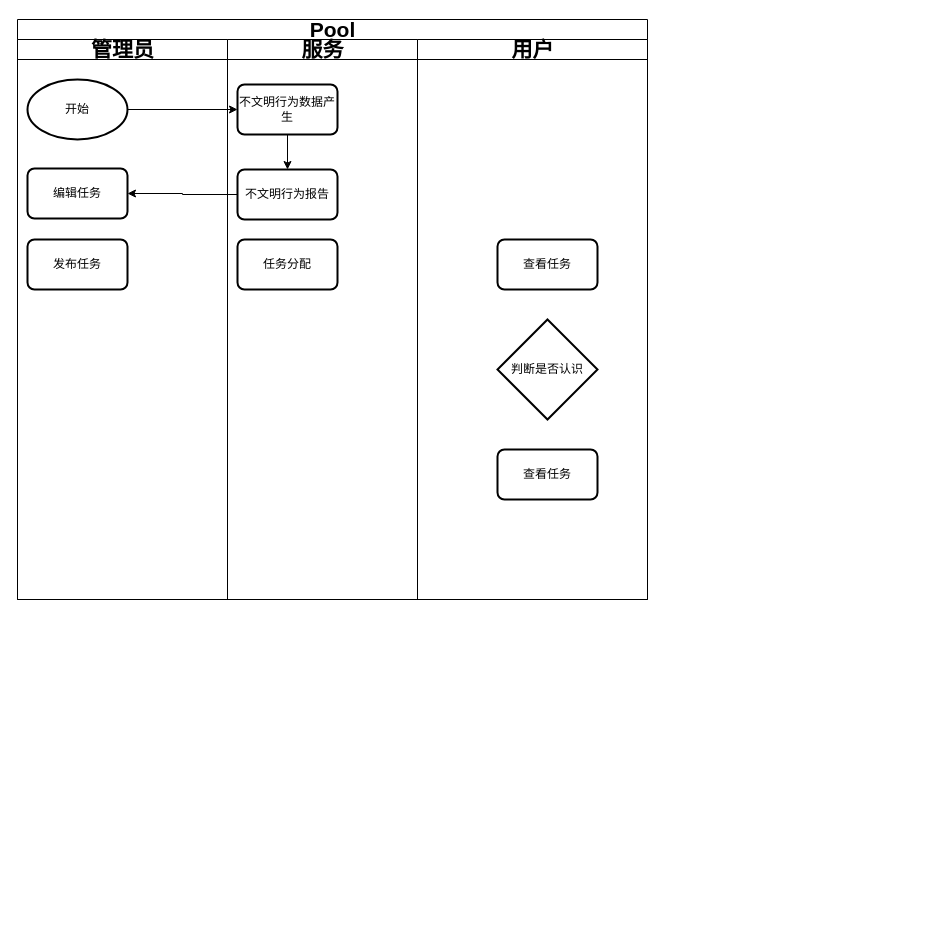
SSSSiren/Photos keeps this draw.io diagram as 功能.drawio. Above is the earlier version. Source tidied: cells renumbered, new cells numbered last; positions are measured from the earlier drawing's top-left corner, leaving out a move shared by most shapes. Both pictures are drawn from the tidied source at 100%, with x=0, y=0 at pixel (-8, 19).
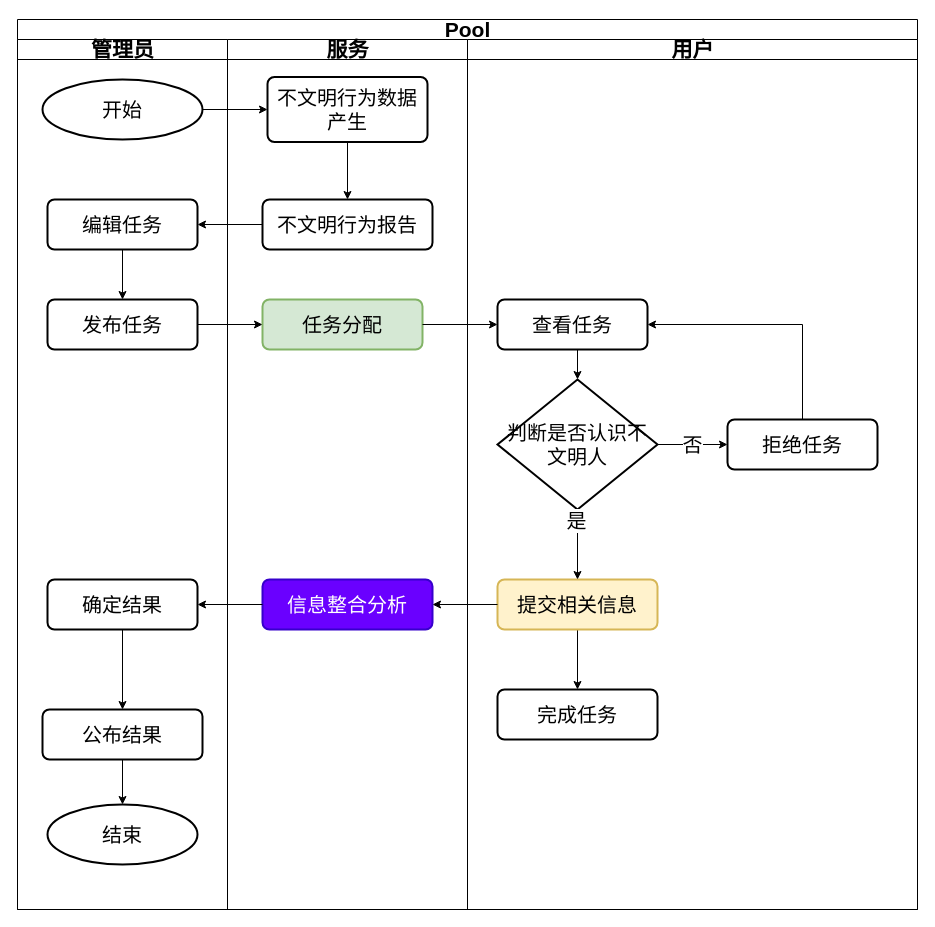
Above is the later version.

The edit, as a diff of the source:
```diff
@@
     <mxCell id="2" style="edgeStyle=orthogonalEdgeStyle;rounded=0;orthogonalLoop=1;jettySize=auto;html=1;endArrow=classic;endFill=1;" parent="1" edge="1">
       <mxGeometry relative="1" as="geometry">
-        <mxPoint x="570" y="510" as="targetPoint" />
+        <mxPoint x="580" y="510" as="targetPoint" />
         <Array as="points">
-          <mxPoint y="465" />
-          <mxPoint y="685" />
+          <mxPoint x="10" y="465" />
+          <mxPoint x="10" y="685" />
         </Array>
       </mxGeometry>
     </mxCell>
     <mxCell id="3" value="Pool" style="swimlane;startSize=20;html=1;fontSize=21;" parent="1" vertex="1">
-      <mxGeometry x="25" width="630" height="580" as="geometry" />
+      <mxGeometry x="25" width="900" height="890" as="geometry" />
     </mxCell>
     <mxCell id="4" value="管理员" style="swimlane;startSize=20;html=1;fontSize=21;" parent="3" vertex="1">
-      <mxGeometry y="20" width="210" height="560" as="geometry" />
+      <mxGeometry y="20" width="210" height="870" as="geometry" />
     </mxCell>
-    <mxCell id="5" value="开始" style="strokeWidth=2;html=1;shape=mxgraph.flowchart.start_1;whiteSpace=wrap;" parent="4" vertex="1">
-      <mxGeometry x="10" y="40" width="100" height="60" as="geometry" />
+    <mxCell id="5" value="开始" style="strokeWidth=2;html=1;shape=mxgraph.flowchart.start_1;whiteSpace=wrap;fontSize=20;" parent="4" vertex="1">
+      <mxGeometry x="25" y="40" width="160" height="60" as="geometry" />
     </mxCell>
+    <mxCell id="19" style="edgeStyle=orthogonalEdgeStyle;rounded=0;jettySize=auto;html=1;exitX=0.5;exitY=1;exitDx=0;exitDy=0;entryX=0.5;entryY=0;entryDx=0;entryDy=0;" parent="4" edge="1" source="6" target="7">
+      <mxGeometry relative="1" as="geometry" />
+    </mxCell>
-    <mxCell id="6" value="编辑任务" style="rounded=1;whiteSpace=wrap;html=1;absoluteArcSize=1;arcSize=14;strokeWidth=2;" parent="4" vertex="1">
-      <mxGeometry x="10" y="129" width="100" height="50" as="geometry" />
+    <mxCell id="6" value="编辑任务" style="rounded=1;whiteSpace=wrap;html=1;absoluteArcSize=1;arcSize=14;strokeWidth=2;fontSize=20;" parent="4" vertex="1">
+      <mxGeometry x="30" y="160" width="150" height="50" as="geometry" />
     </mxCell>
-    <mxCell id="7" value="发布任务" style="rounded=1;whiteSpace=wrap;html=1;absoluteArcSize=1;arcSize=14;strokeWidth=2;" parent="4" vertex="1">
-      <mxGeometry x="10" y="200" width="100" height="50" as="geometry" />
+    <mxCell id="7" value="发布任务" style="rounded=1;whiteSpace=wrap;html=1;absoluteArcSize=1;arcSize=14;strokeWidth=2;fontSize=20;" parent="4" vertex="1">
+      <mxGeometry x="30" y="260" width="150" height="50" as="geometry" />
     </mxCell>
+    <mxCell id="20" style="edgeStyle=orthogonalEdgeStyle;rounded=0;jettySize=auto;html=1;" parent="4" edge="1" source="21" target="22">
+      <mxGeometry relative="1" as="geometry" />
+    </mxCell>
+    <mxCell id="21" value="确定结果" style="rounded=1;whiteSpace=wrap;html=1;absoluteArcSize=1;arcSize=14;strokeWidth=2;fontSize=20;" parent="4" vertex="1">
+      <mxGeometry x="30" y="540" width="150" height="50" as="geometry" />
+    </mxCell>
+    <mxCell id="22" value="公布结果" style="rounded=1;whiteSpace=wrap;html=1;absoluteArcSize=1;arcSize=14;strokeWidth=2;fontSize=20;" parent="4" vertex="1">
+      <mxGeometry x="25" y="670" width="160" height="50" as="geometry" />
+    </mxCell>
+    <mxCell id="23" value="结束" style="strokeWidth=2;html=1;shape=mxgraph.flowchart.start_1;whiteSpace=wrap;fontSize=20;" parent="4" vertex="1">
+      <mxGeometry x="30" y="765" width="150" height="60" as="geometry" />
+    </mxCell>
+    <mxCell id="24" style="edgeStyle=orthogonalEdgeStyle;rounded=0;jettySize=auto;html=1;exitX=0.5;exitY=1;exitDx=0;exitDy=0;entryX=0.5;entryY=0;entryDx=0;entryDy=0;entryPerimeter=0;" parent="4" edge="1" source="22" target="23">
+      <mxGeometry relative="1" as="geometry" />
+    </mxCell>
     <mxCell id="8" value="服务" style="swimlane;startSize=20;html=1;fontSize=21;" parent="3" vertex="1">
-      <mxGeometry x="210" y="20" width="190" height="560" as="geometry" />
+      <mxGeometry x="210" y="20" width="240" height="870" as="geometry" />
     </mxCell>
-    <mxCell id="9" style="edgeStyle=orthogonalEdgeStyle;rounded=0;jettySize=auto;html=1;exitX=0.5;exitY=1;exitDx=0;exitDy=0;entryX=0.5;entryY=0;entryDx=0;entryDy=0;" parent="8" edge="1" source="10" target="11">
+    <mxCell id="9" style="edgeStyle=orthogonalEdgeStyle;rounded=0;jettySize=auto;html=1;exitX=0.5;exitY=1;exitDx=0;exitDy=0;entryX=0.5;entryY=0;entryDx=0;entryDy=0;fontSize=20;" parent="8" edge="1" source="10" target="11">
       <mxGeometry relative="1" as="geometry" />
     </mxCell>
-    <mxCell id="10" value="不文明行为数据产生" style="rounded=1;whiteSpace=wrap;html=1;absoluteArcSize=1;arcSize=14;strokeWidth=2;" parent="8" vertex="1">
-      <mxGeometry x="10" y="45" width="100" height="50" as="geometry" />
+    <mxCell id="10" value="不文明行为数据产生" style="rounded=1;whiteSpace=wrap;html=1;absoluteArcSize=1;arcSize=14;strokeWidth=2;fontSize=20;" parent="8" vertex="1">
+      <mxGeometry x="40" y="37.5" width="160" height="65" as="geometry" />
     </mxCell>
-    <mxCell id="11" value="不文明行为报告" style="rounded=1;whiteSpace=wrap;html=1;absoluteArcSize=1;arcSize=14;strokeWidth=2;" parent="8" vertex="1">
-      <mxGeometry x="10" y="130" width="100" height="50" as="geometry" />
+    <mxCell id="11" value="不文明行为报告" style="rounded=1;whiteSpace=wrap;html=1;absoluteArcSize=1;arcSize=14;strokeWidth=2;fontSize=20;" parent="8" vertex="1">
+      <mxGeometry x="35" y="160" width="170" height="50" as="geometry" />
     </mxCell>
-    <mxCell id="12" value="任务分配" style="rounded=1;whiteSpace=wrap;html=1;absoluteArcSize=1;arcSize=14;strokeWidth=2;" parent="8" vertex="1">
-      <mxGeometry x="10" y="200" width="100" height="50" as="geometry" />
+    <mxCell id="12" value="任务分配" style="rounded=1;whiteSpace=wrap;html=1;absoluteArcSize=1;arcSize=14;strokeWidth=2;fontSize=20;fillColor=#d5e8d4;strokeColor=#82b366;" parent="8" vertex="1">
+      <mxGeometry x="35" y="260" width="160" height="50" as="geometry" />
     </mxCell>
+    <mxCell id="25" value="信息整合分析" style="rounded=1;whiteSpace=wrap;html=1;absoluteArcSize=1;arcSize=14;strokeWidth=2;fontSize=20;fillColor=#6a00ff;fontColor=#ffffff;strokeColor=#3700CC;" parent="8" vertex="1">
+      <mxGeometry x="35" y="540" width="170" height="50" as="geometry" />
+    </mxCell>
+    <mxCell id="17" style="edgeStyle=orthogonalEdgeStyle;rounded=0;jettySize=auto;html=1;exitX=1;exitY=0.5;exitDx=0;exitDy=0;exitPerimeter=0;entryX=0;entryY=0.5;entryDx=0;entryDy=0;fontSize=20;" parent="3" edge="1" source="5" target="10">
+      <mxGeometry relative="1" as="geometry" />
+    </mxCell>
     <mxCell id="13" value="用户" style="swimlane;startSize=20;html=1;fontSize=21;" parent="3" vertex="1">
-      <mxGeometry x="400" y="20" width="230" height="560" as="geometry" />
+      <mxGeometry x="450" y="20" width="450" height="870" as="geometry" />
     </mxCell>
-    <mxCell id="14" value="查看任务" style="rounded=1;whiteSpace=wrap;html=1;absoluteArcSize=1;arcSize=14;strokeWidth=2;" parent="13" vertex="1">
-      <mxGeometry x="80" y="200" width="100" height="50" as="geometry" />
+    <mxCell id="14" value="查看任务" style="rounded=1;whiteSpace=wrap;html=1;absoluteArcSize=1;arcSize=14;strokeWidth=2;fontSize=20;" parent="13" vertex="1">
+      <mxGeometry x="30" y="260" width="150" height="50" as="geometry" />
     </mxCell>
+    <mxCell id="16" value="判断是否认识不文明人" style="strokeWidth=2;html=1;shape=mxgraph.flowchart.decision;whiteSpace=wrap;fontSize=20;" parent="13" vertex="1">
+      <mxGeometry x="30" y="340" width="160" height="130" as="geometry" />
+    </mxCell>
+    <mxCell id="26" style="edgeStyle=orthogonalEdgeStyle;rounded=0;jettySize=auto;html=1;exitX=0.5;exitY=0;exitDx=0;exitDy=0;entryX=1;entryY=0.5;entryDx=0;entryDy=0;" parent="13" edge="1" source="27" target="14">
+      <mxGeometry relative="1" as="geometry" />
+    </mxCell>
+    <mxCell id="27" value="拒绝任务" style="rounded=1;whiteSpace=wrap;html=1;absoluteArcSize=1;arcSize=14;strokeWidth=2;fontSize=20;" parent="13" vertex="1">
+      <mxGeometry x="260" y="380" width="150" height="50" as="geometry" />
+    </mxCell>
+    <mxCell id="28" value="否" style="edgeStyle=orthogonalEdgeStyle;rounded=0;jettySize=auto;html=1;exitX=1;exitY=0.5;exitDx=0;exitDy=0;exitPerimeter=0;entryX=0;entryY=0.5;entryDx=0;entryDy=0;fontSize=20;" parent="13" edge="1" source="16" target="27">
+      <mxGeometry relative="1" as="geometry" />
+    </mxCell>
+    <mxCell id="29" style="edgeStyle=orthogonalEdgeStyle;rounded=0;jettySize=auto;html=1;exitX=0.5;exitY=1;exitDx=0;exitDy=0;entryX=0.5;entryY=0;entryDx=0;entryDy=0;entryPerimeter=0;fontSize=20;" parent="13" edge="1" source="14" target="16">
+      <mxGeometry relative="1" as="geometry" />
+    </mxCell>
+    <mxCell id="30" style="edgeStyle=orthogonalEdgeStyle;rounded=0;jettySize=auto;html=1;exitX=0.5;exitY=1;exitDx=0;exitDy=0;entryX=0.5;entryY=0;entryDx=0;entryDy=0;" parent="13" edge="1" source="15" target="33">
+      <mxGeometry relative="1" as="geometry" />
+    </mxCell>
-    <mxCell id="15" value="查看任务" style="rounded=1;whiteSpace=wrap;html=1;absoluteArcSize=1;arcSize=14;strokeWidth=2;" parent="13" vertex="1">
-      <mxGeometry x="80" y="410" width="100" height="50" as="geometry" />
+    <mxCell id="15" value="提交相关信息" style="rounded=1;whiteSpace=wrap;html=1;absoluteArcSize=1;arcSize=14;strokeWidth=2;fontSize=20;fillColor=#fff2cc;strokeColor=#d6b656;" parent="13" vertex="1">
+      <mxGeometry x="30" y="540" width="160" height="50" as="geometry" />
     </mxCell>
-    <mxCell id="16" value="判断是否认识" style="strokeWidth=2;html=1;shape=mxgraph.flowchart.decision;whiteSpace=wrap;" parent="13" vertex="1">
-      <mxGeometry x="80" y="280" width="100" height="100" as="geometry" />
-    </mxCell>
-    <mxCell id="17" style="edgeStyle=orthogonalEdgeStyle;rounded=0;jettySize=auto;html=1;exitX=1;exitY=0.5;exitDx=0;exitDy=0;exitPerimeter=0;entryX=0;entryY=0.5;entryDx=0;entryDy=0;" parent="3" edge="1" source="5" target="10">
-      <mxGeometry relative="1" as="geometry" />
-    </mxCell>
+    <mxCell id="31" style="edgeStyle=orthogonalEdgeStyle;rounded=0;jettySize=auto;html=1;exitX=0.5;exitY=1;exitDx=0;exitDy=0;exitPerimeter=0;fontSize=20;" parent="13" edge="1" source="16" target="15">
+      <mxGeometry relative="1" as="geometry" />
+    </mxCell>
+    <mxCell id="32" value="是" style="edgeLabel;html=1;align=center;verticalAlign=middle;fontSize=20;" parent="31" vertex="1">
+      <mxGeometry x="-0.71" y="-2" relative="1" as="geometry" />
+    </mxCell>
+    <mxCell id="33" value="完成任务" style="rounded=1;whiteSpace=wrap;html=1;absoluteArcSize=1;arcSize=14;strokeWidth=2;fontSize=20;" parent="13" vertex="1">
+      <mxGeometry x="30" y="650" width="160" height="50" as="geometry" />
+    </mxCell>
-    <mxCell id="18" style="edgeStyle=orthogonalEdgeStyle;rounded=0;jettySize=auto;html=1;exitX=0;exitY=0.5;exitDx=0;exitDy=0;entryX=1;entryY=0.5;entryDx=0;entryDy=0;" parent="3" edge="1" source="11" target="6">
+    <mxCell id="18" style="edgeStyle=orthogonalEdgeStyle;rounded=0;jettySize=auto;html=1;exitX=0;exitY=0.5;exitDx=0;exitDy=0;entryX=1;entryY=0.5;entryDx=0;entryDy=0;fontSize=20;" parent="3" edge="1" source="11" target="6">
       <mxGeometry relative="1" as="geometry" />
     </mxCell>
+    <mxCell id="34" style="edgeStyle=orthogonalEdgeStyle;rounded=0;jettySize=auto;html=1;entryX=1;entryY=0.5;entryDx=0;entryDy=0;" parent="3" edge="1" source="15" target="25">
+      <mxGeometry relative="1" as="geometry" />
+    </mxCell>
+    <mxCell id="35" style="edgeStyle=orthogonalEdgeStyle;rounded=0;jettySize=auto;html=1;entryX=1;entryY=0.5;entryDx=0;entryDy=0;" parent="3" edge="1" source="25" target="21">
+      <mxGeometry relative="1" as="geometry" />
+    </mxCell>
+    <mxCell id="36" style="edgeStyle=orthogonalEdgeStyle;rounded=0;jettySize=auto;html=1;exitX=1;exitY=0.5;exitDx=0;exitDy=0;entryX=0;entryY=0.5;entryDx=0;entryDy=0;" parent="3" edge="1" source="7" target="12">
+      <mxGeometry relative="1" as="geometry" />
+    </mxCell>
+    <mxCell id="37" style="edgeStyle=orthogonalEdgeStyle;rounded=0;jettySize=auto;html=1;exitX=1;exitY=0.5;exitDx=0;exitDy=0;entryX=0;entryY=0.5;entryDx=0;entryDy=0;" parent="3" edge="1" source="12" target="14">
+      <mxGeometry relative="1" as="geometry" />
+    </mxCell>
```
